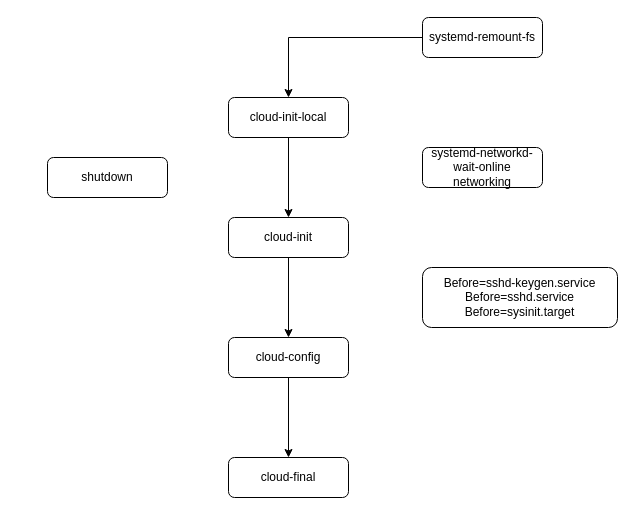
The draw.io diagram out/Untitled Diagram.drawio in yueer18/CMakeProject2, before the edit. Source tidied: cells renumbered, new cells numbered last; positions are measured from the earlier drawing's top-left corner, leaving out a move shared by most shapes. Both pictures are drawn from the tidied source at 100%, with x=0, y=0 at pixel (47, 17).
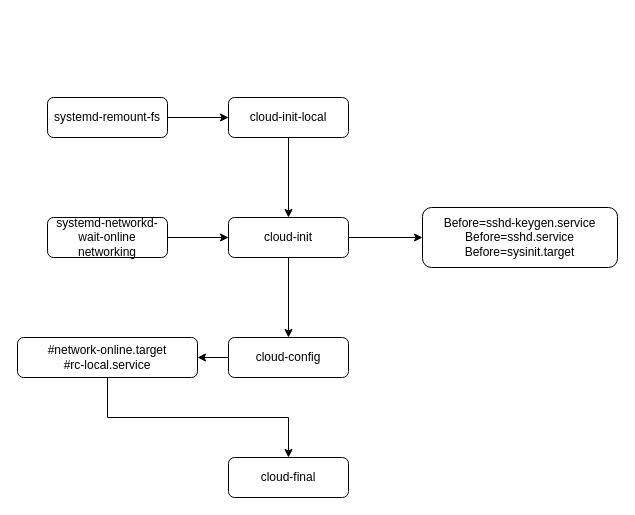
The same diagram, later.

Diff of the diagram source:
```diff
@@
 <mxGraphModel>
   <root>
     <mxCell id="0" />
     <mxCell id="1" parent="0" />
     <mxCell id="2" style="edgeStyle=orthogonalEdgeStyle;rounded=0;jettySize=auto;html=1;" parent="1" edge="1" source="3" target="5">
       <mxGeometry relative="1" as="geometry" />
     </mxCell>
     <mxCell id="3" value="systemd-remount-fs" style="rounded=1;whiteSpace=wrap;html=1;fontSize=12;glass=0;strokeWidth=1;shadow=0;" parent="1" vertex="1">
-      <mxGeometry x="375" width="120" height="40" as="geometry" />
+      <mxGeometry y="80" width="120" height="40" as="geometry" />
     </mxCell>
     <mxCell id="4" style="edgeStyle=orthogonalEdgeStyle;rounded=0;jettySize=auto;html=1;" parent="1" edge="1" source="5" target="7">
       <mxGeometry relative="1" as="geometry" />
     </mxCell>
     <mxCell id="5" value="cloud-init-local" style="rounded=1;whiteSpace=wrap;html=1;fontSize=12;glass=0;strokeWidth=1;shadow=0;" parent="1" vertex="1">
       <mxGeometry x="181" y="80" width="120" height="40" as="geometry" />
     </mxCell>
     <mxCell id="6" style="edgeStyle=orthogonalEdgeStyle;rounded=0;jettySize=auto;html=1;" parent="1" edge="1" source="7" target="9">
       <mxGeometry relative="1" as="geometry" />
     </mxCell>
+    <mxCell id="14" style="edgeStyle=orthogonalEdgeStyle;rounded=0;jettySize=auto;html=1;entryX=0;entryY=0.5;entryDx=0;entryDy=0;" parent="1" edge="1" source="7" target="13">
+      <mxGeometry relative="1" as="geometry" />
+    </mxCell>
     <mxCell id="7" value="cloud-init" style="rounded=1;whiteSpace=wrap;html=1;fontSize=12;glass=0;strokeWidth=1;shadow=0;" parent="1" vertex="1">
       <mxGeometry x="181" y="200" width="120" height="40" as="geometry" />
     </mxCell>
-    <mxCell id="8" style="edgeStyle=orthogonalEdgeStyle;rounded=0;jettySize=auto;html=1;" parent="1" edge="1" source="9" target="10">
-      <mxGeometry relative="1" as="geometry" />
-    </mxCell>
+    <mxCell id="15" style="edgeStyle=orthogonalEdgeStyle;rounded=0;jettySize=auto;html=1;exitX=0;exitY=0.5;exitDx=0;exitDy=0;entryX=1;entryY=0.5;entryDx=0;entryDy=0;" parent="1" edge="1" source="9" target="18">
+      <mxGeometry relative="1" as="geometry" />
+    </mxCell>
     <mxCell id="9" value="cloud-config" style="rounded=1;whiteSpace=wrap;html=1;fontSize=12;glass=0;strokeWidth=1;shadow=0;" parent="1" vertex="1">
       <mxGeometry x="181" y="320" width="120" height="40" as="geometry" />
     </mxCell>
     <mxCell id="10" value="cloud-final" style="rounded=1;whiteSpace=wrap;html=1;fontSize=12;glass=0;strokeWidth=1;shadow=0;" parent="1" vertex="1">
       <mxGeometry x="181" y="440" width="120" height="40" as="geometry" />
     </mxCell>
+    <mxCell id="16" style="edgeStyle=orthogonalEdgeStyle;rounded=0;jettySize=auto;html=1;exitX=1;exitY=0.5;exitDx=0;exitDy=0;" parent="1" edge="1" source="11" target="7">
+      <mxGeometry relative="1" as="geometry" />
+    </mxCell>
     <mxCell id="11" value="systemd-networkd-wait-online&lt;br&gt;networking" style="rounded=1;whiteSpace=wrap;html=1;fontSize=12;glass=0;strokeWidth=1;shadow=0;" parent="1" vertex="1">
-      <mxGeometry x="375" y="130" width="120" height="40" as="geometry" />
+      <mxGeometry y="200" width="120" height="40" as="geometry" />
     </mxCell>
-    <mxCell id="12" value="shutdown" style="rounded=1;whiteSpace=wrap;html=1;fontSize=12;glass=0;strokeWidth=1;shadow=0;" parent="1" vertex="1">
-      <mxGeometry y="140" width="120" height="40" as="geometry" />
-    </mxCell>
     <mxCell id="13" value="&lt;div&gt;&lt;span&gt; &lt;/span&gt;Before=sshd-keygen.service&lt;/div&gt;&lt;div&gt;&lt;span&gt; &lt;/span&gt;Before=sshd.service&lt;/div&gt;&lt;div&gt;&lt;span&gt; &lt;/span&gt;Before=sysinit.target&lt;/div&gt;" style="rounded=1;whiteSpace=wrap;html=1;fontSize=12;glass=0;strokeWidth=1;shadow=0;" parent="1" vertex="1">
-      <mxGeometry x="375" y="250" width="195" height="60" as="geometry" />
+      <mxGeometry x="375" y="190" width="195" height="60" as="geometry" />
     </mxCell>
+    <mxCell id="17" style="edgeStyle=orthogonalEdgeStyle;rounded=0;jettySize=auto;html=1;exitX=0.5;exitY=1;exitDx=0;exitDy=0;entryX=0.5;entryY=0;entryDx=0;entryDy=0;" parent="1" edge="1" source="18" target="10">
+      <mxGeometry relative="1" as="geometry" />
+    </mxCell>
+    <mxCell id="18" value="&lt;div&gt;&lt;span&gt;   &lt;/span&gt;#network-online.target&lt;/div&gt;&lt;div&gt;&lt;span&gt;   &lt;/span&gt;#rc-local.service&lt;/div&gt;" style="rounded=1;whiteSpace=wrap;html=1;fontSize=12;glass=0;strokeWidth=1;shadow=0;" parent="1" vertex="1">
+      <mxGeometry x="-30" y="320" width="180" height="40" as="geometry" />
+    </mxCell>
   </root>
 </mxGraphModel>
```
